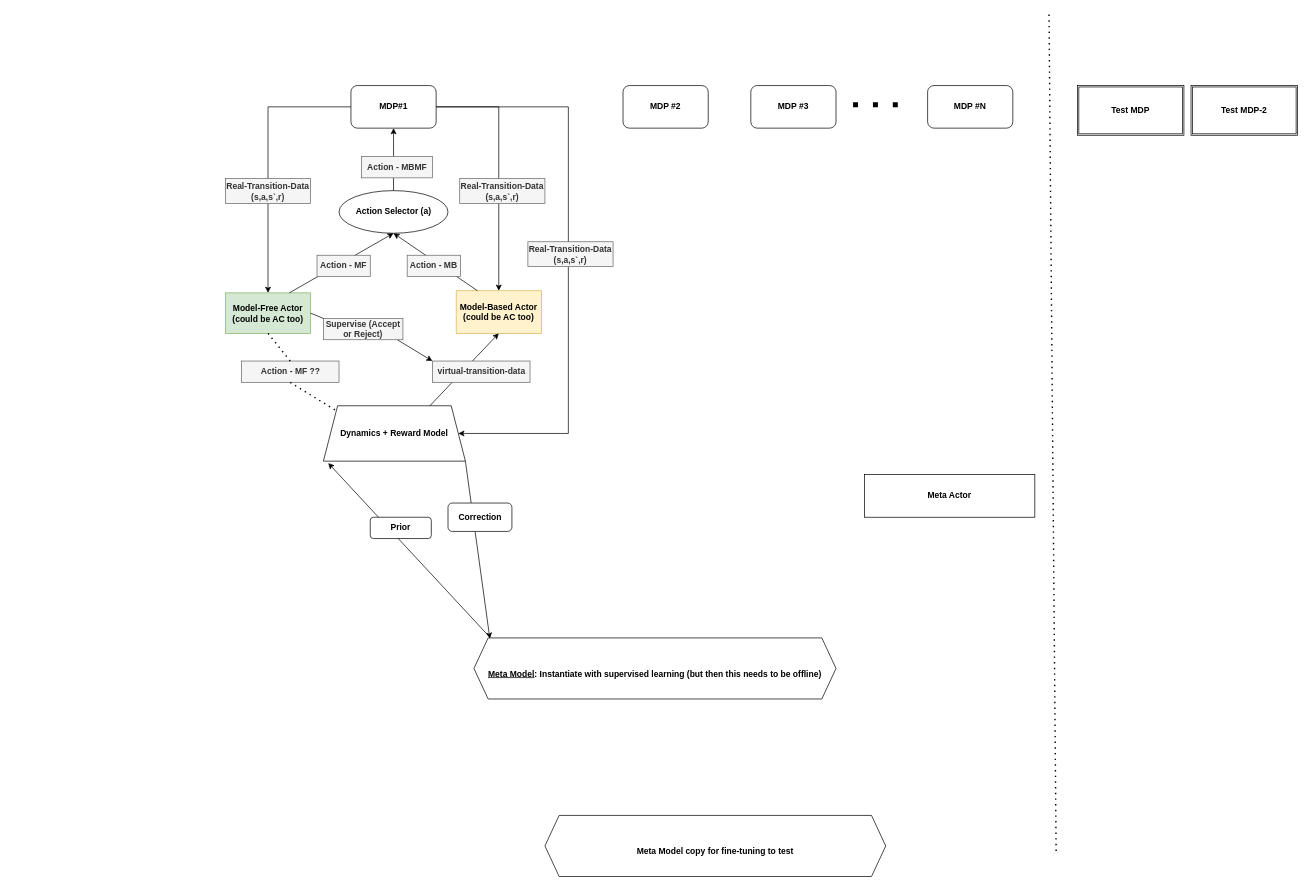
Earlier version of the draw.io diagram Hybrid_MBMF_MetaRL.drawio (jgwak1/research_problem_frameworks). Source tidied: cells renumbered, new cells numbered last; positions are measured from the earlier drawing's top-left corner, leaving out a move shared by most shapes. Both pictures are drawn from the tidied source at 71%, with x=0, y=0 at pixel (225, 13).
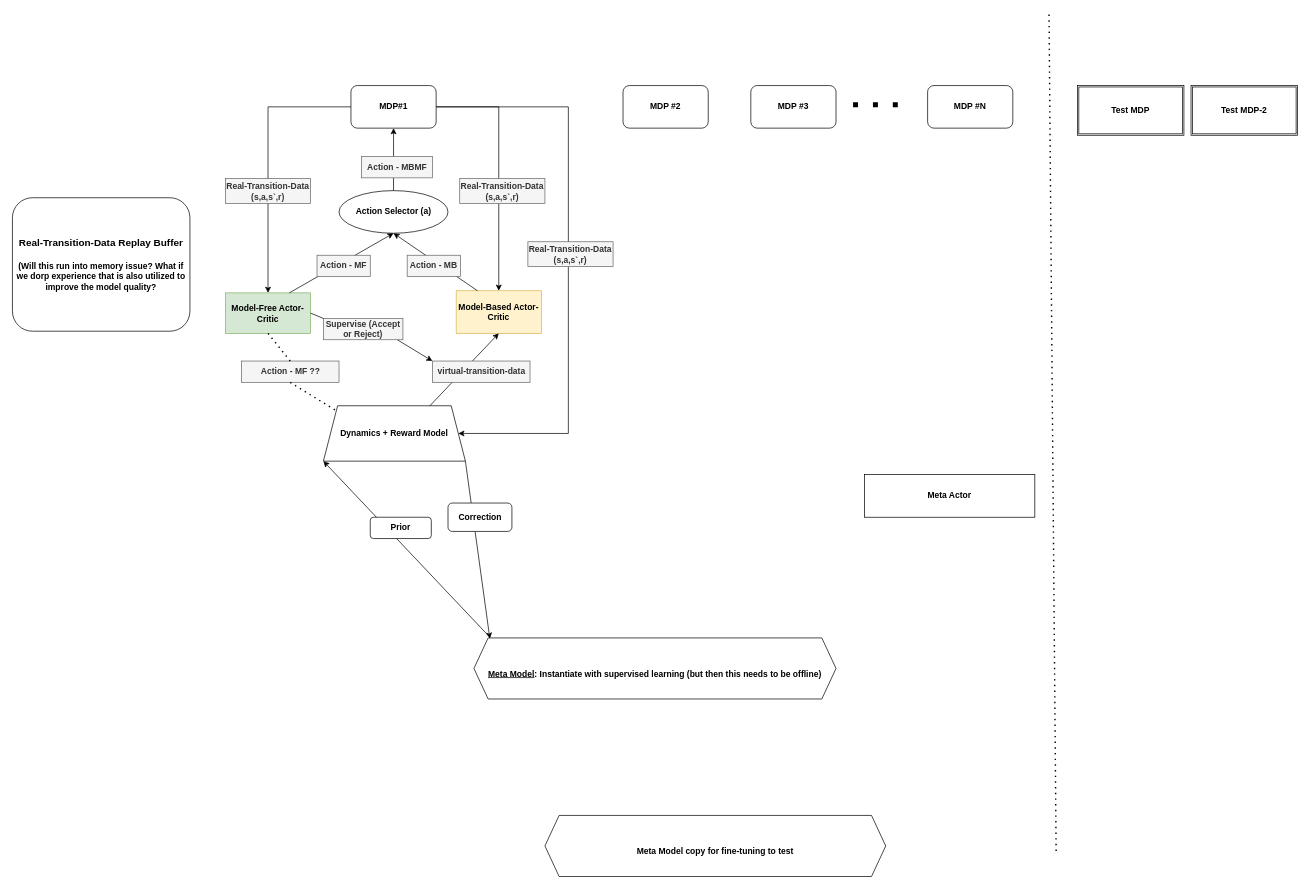
The same page after the edit.

The change refers to these unchanged cells:
```xml
<mxCell id="8" value="&lt;b&gt;Dynamics + Reward Model&lt;/b&gt;" style="shape=trapezoid;perimeter=trapezoidPerimeter;whiteSpace=wrap;html=1;fixedSize=1;" parent="1" vertex="1">
  <mxGeometry x="138" y="553" width="200" height="78" as="geometry" />
</mxCell>
<mxCell id="20" value="&lt;br&gt;&lt;b&gt;&lt;u&gt;Meta Model&lt;/u&gt;: Instantiate with supervised learning (but then this needs to be offline)&lt;/b&gt;" style="shape=hexagon;perimeter=hexagonPerimeter2;whiteSpace=wrap;html=1;fixedSize=1;" parent="1" vertex="1">
  <mxGeometry x="350" y="880" width="510" height="86" as="geometry" />
</mxCell>
```

Diff of the diagram source:
```diff
@@
-    <mxCell id="6" value="&lt;b&gt;Model-Free Actor&lt;br&gt;&lt;/b&gt;&lt;b&gt;(could be AC too)&lt;/b&gt;&lt;b&gt;&lt;br&gt;&lt;/b&gt;" style="rounded=0;whiteSpace=wrap;html=1;fillColor=#d5e8d4;strokeColor=#82b366;" parent="1" vertex="1">
+    <mxCell id="6" value="&lt;b&gt;Model-Free Actor-Critic&lt;/b&gt;&lt;b&gt;&lt;br&gt;&lt;/b&gt;" style="rounded=0;whiteSpace=wrap;html=1;fillColor=#d5e8d4;strokeColor=#82b366;" parent="1" vertex="1">
       <mxGeometry y="394" width="120" height="57" as="geometry" />
     </mxCell>
-    <mxCell id="7" value="&lt;b&gt;Model-Based Actor&lt;br&gt;(could be AC too)&lt;br&gt;&lt;/b&gt;" style="rounded=0;whiteSpace=wrap;html=1;fillColor=#fff2cc;strokeColor=#d6b656;" parent="1" vertex="1">
+    <mxCell id="7" value="&lt;b&gt;Model-Based Actor-Critic&lt;br&gt;&lt;/b&gt;" style="rounded=0;whiteSpace=wrap;html=1;fillColor=#fff2cc;strokeColor=#d6b656;" parent="1" vertex="1">
       <mxGeometry x="325" y="391" width="120" height="60" as="geometry" />
     </mxCell>
@@
-    <mxCell id="31" style="endArrow=classic;html=1;rounded=0;entryX=0.034;entryY=1.035;entryDx=0;entryDy=0;exitX=0.04;exitY=-0.037;exitDx=0;exitDy=0;exitPerimeter=0;entryPerimeter=0;" parent="1" edge="1" source="20" target="8">
+    <mxCell id="31" style="endArrow=classic;html=1;rounded=0;entryX=0;entryY=1;entryDx=0;entryDy=0;exitX=0.04;exitY=-0.037;exitDx=0;exitDy=0;exitPerimeter=0;" parent="1" edge="1" source="20" target="8">
       <mxGeometry relative="1" as="geometry" />
     </mxCell>
@@
+    <mxCell id="41" value="&lt;b&gt;&lt;font style=&quot;font-size: 14px&quot;&gt;Real-Transition-Data Replay Buffer &lt;br&gt;&lt;br&gt;&lt;/font&gt;(Will this run into memory issue? What if we dorp experience that is also utilized to improve the model quality?&lt;/b&gt;" style="rounded=1;whiteSpace=wrap;html=1;" parent="1" vertex="1">
+      <mxGeometry x="-300" y="260" width="250" height="188" as="geometry" />
+    </mxCell>
```
